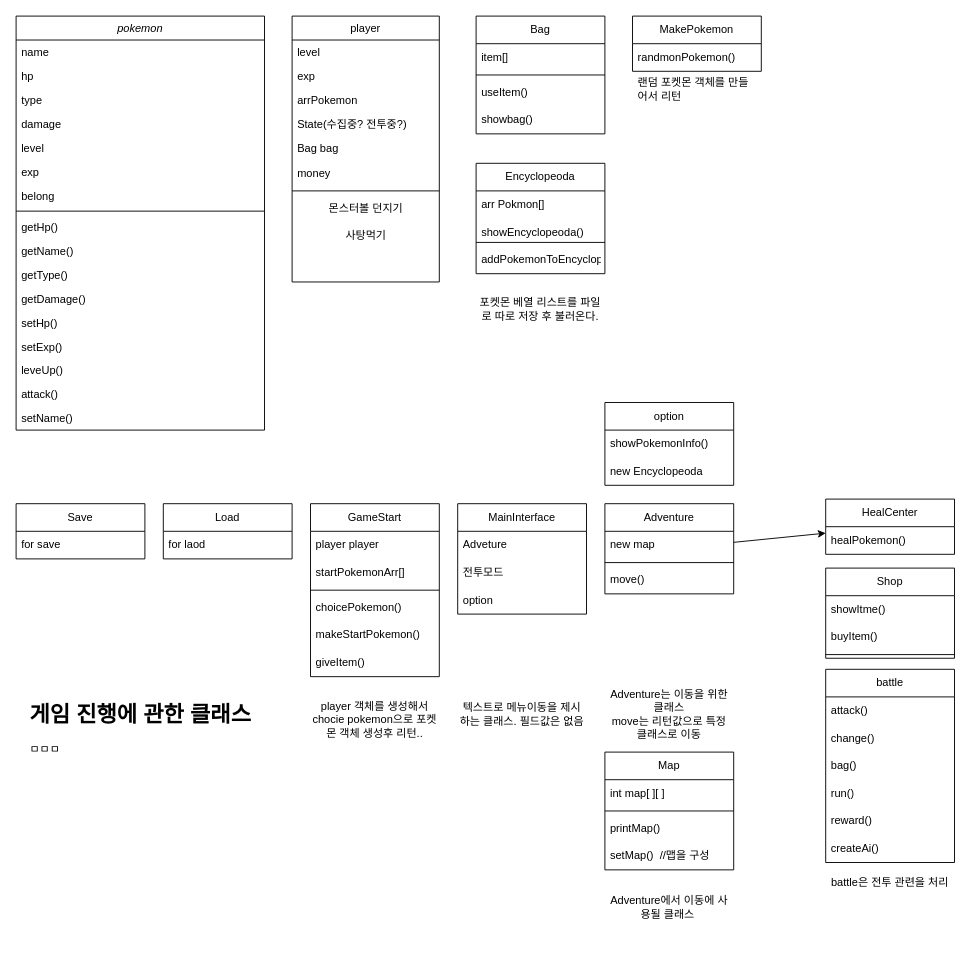
Earlier version of the draw.io diagram pokemon.drawio (heung115/java-project-pokemon). Source tidied: cells renumbered, new cells numbered last; positions are measured from the earlier drawing's top-left corner, leaving out a move shared by most shapes. Both pictures are drawn from the tidied source at 92%, with x=0, y=0 at pixel (16, 16).
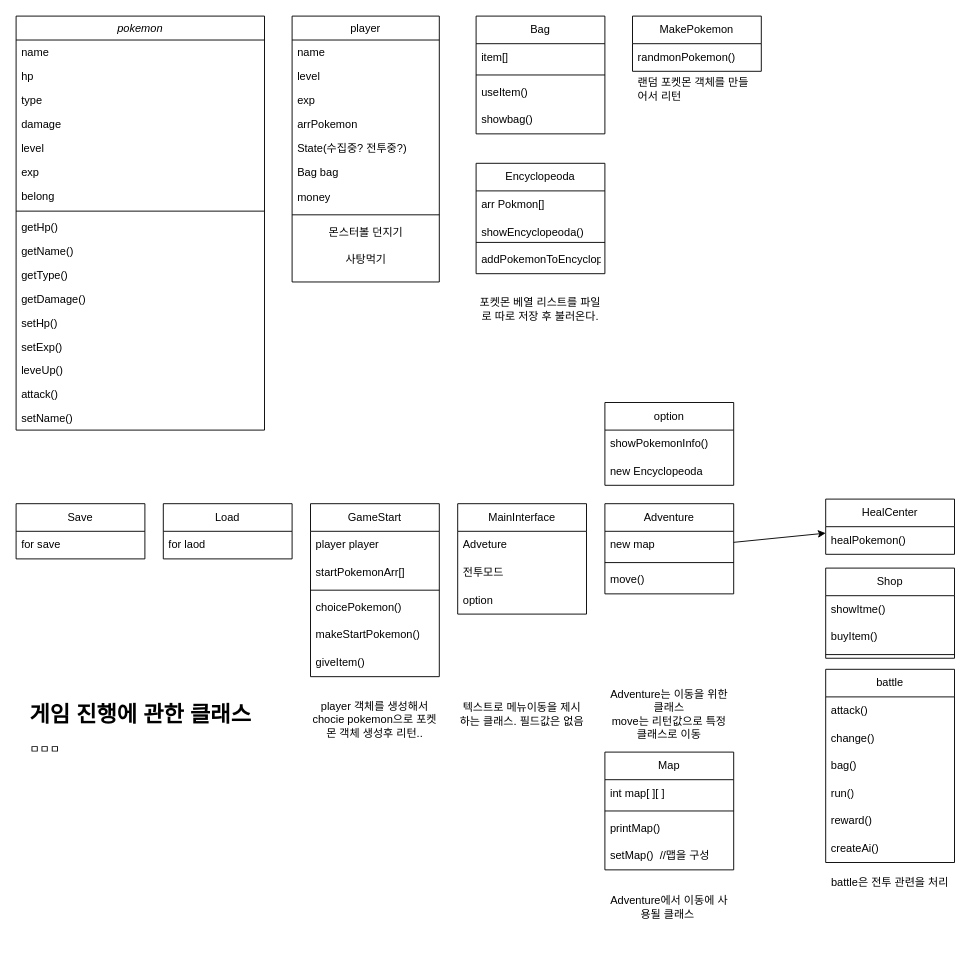
After the change.

Commit message:
docs: add name in player class

The change refers to these unchanged cells:
```xml
<mxCell id="20" value="player" style="swimlane;fontStyle=0;align=center;verticalAlign=top;horizontal=1;startSize=26;rounded=0;shadow=0;strokeWidth=1;" parent="1" vertex="1">
  <mxGeometry x="300" width="160" height="289" as="geometry" />
</mxCell>
```

Diff of the diagram source:
```diff
@@
+    <mxCell id="91" value="name" style="text;align=left;verticalAlign=top;spacingLeft=4;spacingRight=4;overflow=hidden;" parent="20" vertex="1">
+      <mxGeometry y="26" width="160" height="26" as="geometry" />
+    </mxCell>
     <mxCell id="21" value="level" style="text;align=left;verticalAlign=top;spacingLeft=4;spacingRight=4;overflow=hidden;" parent="20" vertex="1">
-      <mxGeometry y="26" width="160" height="26" as="geometry" />
+      <mxGeometry y="52" width="160" height="26" as="geometry" />
     </mxCell>
     <mxCell id="22" value="exp" style="text;align=left;verticalAlign=top;spacingLeft=4;spacingRight=4;overflow=hidden;" parent="20" vertex="1">
-      <mxGeometry y="52" width="160" height="26" as="geometry" />
+      <mxGeometry y="78" width="160" height="26" as="geometry" />
     </mxCell>
     <mxCell id="23" value="arrPokemon" style="text;align=left;verticalAlign=top;spacingLeft=4;spacingRight=4;overflow=hidden;" parent="20" vertex="1">
-      <mxGeometry y="78" width="160" height="26" as="geometry" />
+      <mxGeometry y="104" width="160" height="26" as="geometry" />
     </mxCell>
     <mxCell id="24" value="State(수집중? 전투중?)&#10;" style="text;align=left;verticalAlign=top;spacingLeft=4;spacingRight=4;overflow=hidden;rounded=0;shadow=0;html=0;" parent="20" vertex="1">
-      <mxGeometry y="104" width="160" height="26" as="geometry" />
+      <mxGeometry y="130" width="160" height="26" as="geometry" />
     </mxCell>
     <mxCell id="25" value="Bag bag" style="text;align=left;verticalAlign=top;spacingLeft=4;spacingRight=4;overflow=hidden;" parent="20" vertex="1">
-      <mxGeometry y="130" width="160" height="26" as="geometry" />
+      <mxGeometry y="156" width="160" height="26" as="geometry" />
     </mxCell>
     <mxCell id="26" value="money" style="text;strokeColor=none;fillColor=none;align=left;verticalAlign=middle;spacingLeft=4;spacingRight=4;overflow=hidden;whiteSpace=wrap;html=1;" parent="20" vertex="1">
-      <mxGeometry y="156" width="160" height="30" as="geometry" />
+      <mxGeometry y="182" width="160" height="30" as="geometry" />
     </mxCell>
     <mxCell id="27" style="line;html=1;strokeWidth=1;align=left;verticalAlign=middle;spacingTop=-1;spacingLeft=3;spacingRight=3;labelPosition=right;" parent="20" vertex="1">
-      <mxGeometry y="186" width="160" height="8" as="geometry" />
+      <mxGeometry y="212" width="160" height="8" as="geometry" />
     </mxCell>
     <mxCell id="28" value="몬스터볼 던지기&lt;br&gt;" style="text;html=1;align=center;verticalAlign=middle;strokeColor=none;fillColor=none;" parent="20" vertex="1">
-      <mxGeometry y="194" width="160" height="30" as="geometry" />
+      <mxGeometry y="220" width="160" height="30" as="geometry" />
     </mxCell>
     <mxCell id="29" value="사탕먹기&lt;br&gt;" style="text;html=1;align=center;verticalAlign=middle;strokeColor=none;fillColor=none;" parent="20" vertex="1">
-      <mxGeometry y="224" width="160" height="30" as="geometry" />
+      <mxGeometry y="250" width="160" height="30" as="geometry" />
     </mxCell>
```
